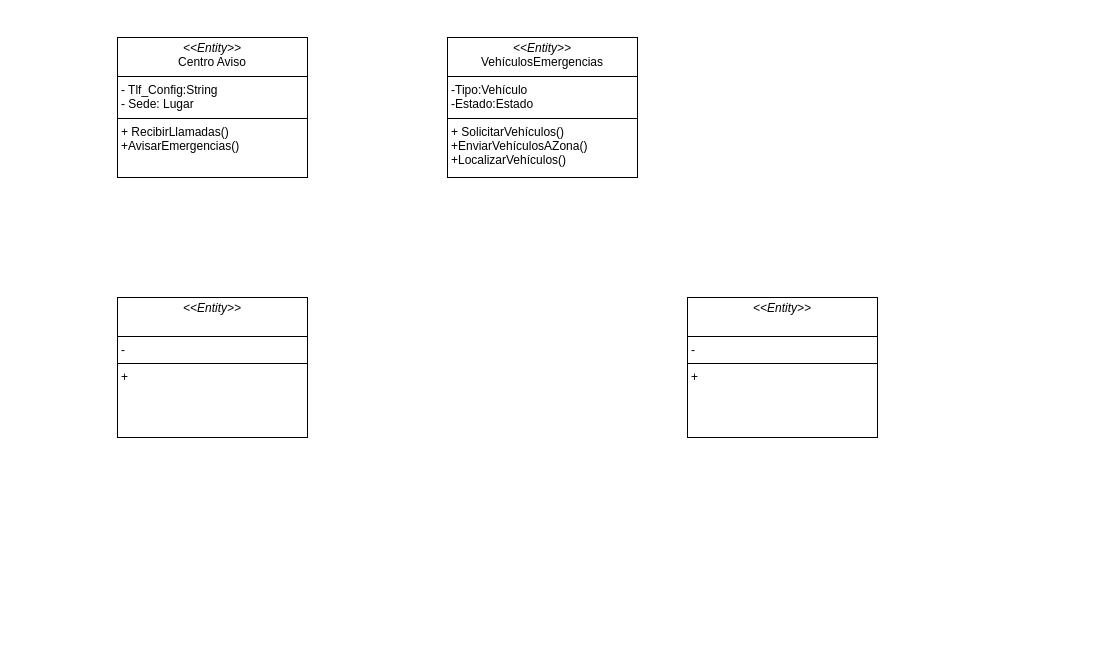
israelfargasasquith/UHUCode keeps this draw.io diagram as MFIS/MFIS.drawio. Above is the earlier version. Source tidied: cells renumbered, new cells numbered last; positions are measured from the earlier drawing's top-left corner, leaving out a move shared by most shapes. Both pictures are drawn from the tidied source at 100%, with x=0, y=0 at pixel (117, 37).
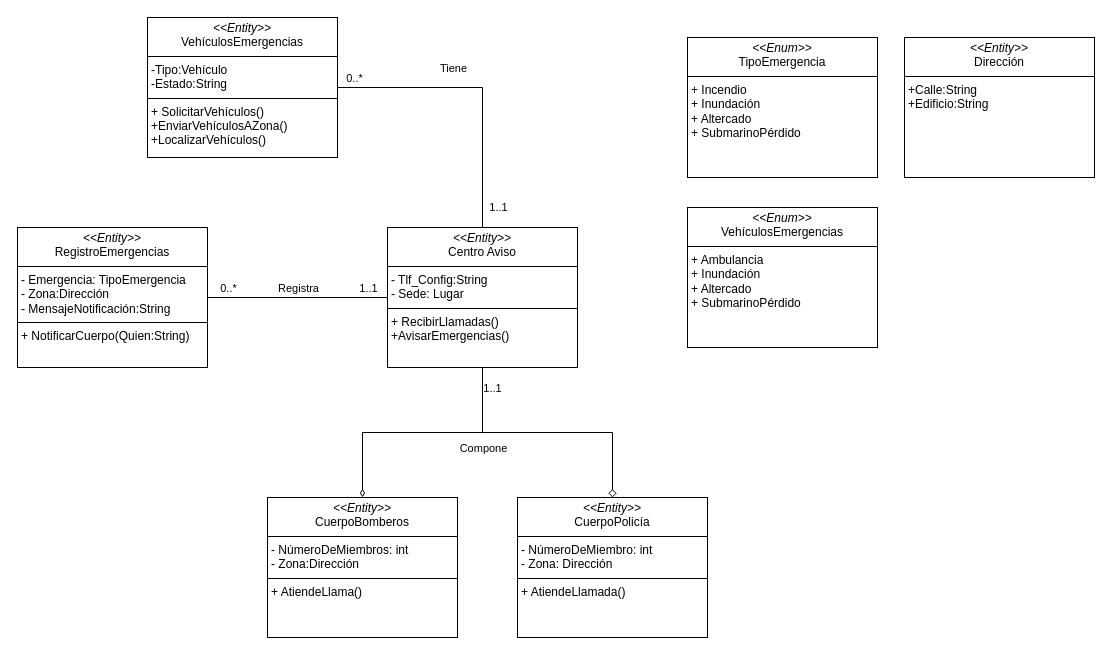
The same diagram, later.

Diff of the diagram source:
```diff
@@
+    <mxCell id="6" style="edgeStyle=orthogonalEdgeStyle;rounded=0;jettySize=auto;html=1;exitX=0.5;exitY=1;exitDx=0;exitDy=0;endArrow=diamondThin;endFill=0;" parent="1" edge="1" source="2" target="20">
+      <mxGeometry relative="1" as="geometry" />
+    </mxCell>
+    <mxCell id="7" style="edgeStyle=orthogonalEdgeStyle;rounded=0;jettySize=auto;html=1;exitX=0.5;exitY=1;exitDx=0;exitDy=0;entryX=0.5;entryY=0;entryDx=0;entryDy=0;endArrow=diamond;endFill=0;" parent="1" edge="1" source="2" target="5">
+      <mxGeometry relative="1" as="geometry" />
+    </mxCell>
+    <mxCell id="8" value="Compone" style="edgeLabel;html=1;align=center;verticalAlign=middle;" parent="7" vertex="1">
+      <mxGeometry x="-0.85" y="4" relative="1" as="geometry">
+        <mxPoint x="-4" y="60" as="offset" />
+      </mxGeometry>
+    </mxCell>
+    <mxCell id="9" value="1..1" style="edgeLabel;html=1;align=center;verticalAlign=middle;" parent="7" vertex="1">
+      <mxGeometry x="-0.85" y="1" relative="1" as="geometry">
+        <mxPoint x="8" as="offset" />
+      </mxGeometry>
+    </mxCell>
     <mxCell id="2" value="&lt;p style=&quot;margin:0px;margin-top:4px;text-align:center;&quot;&gt;&lt;i&gt;&amp;lt;&amp;lt;Entity&amp;gt;&amp;gt;&lt;/i&gt;&lt;br&gt;Centro Aviso&lt;/p&gt;&lt;hr size=&quot;1&quot; style=&quot;border-style:solid;&quot;&gt;&lt;p style=&quot;margin:0px;margin-left:4px;&quot;&gt;- Tlf_Config:String&lt;/p&gt;&lt;p style=&quot;margin:0px;margin-left:4px;&quot;&gt;- Sede: Lugar&lt;/p&gt;&lt;hr size=&quot;1&quot; style=&quot;border-style:solid;&quot;&gt;&lt;p style=&quot;margin:0px;margin-left:4px;&quot;&gt;+ RecibirLlamadas()&lt;br&gt;&lt;/p&gt;&lt;p style=&quot;margin:0px;margin-left:4px;&quot;&gt;+AvisarEmergencias()&lt;/p&gt;" style="verticalAlign=top;align=left;overflow=fill;html=1;whiteSpace=wrap;" parent="1" vertex="1">
-      <mxGeometry width="190" height="140" as="geometry" />
+      <mxGeometry x="270" y="190" width="190" height="140" as="geometry" />
     </mxCell>
+    <mxCell id="10" style="edgeStyle=orthogonalEdgeStyle;rounded=0;jettySize=auto;html=1;exitX=1;exitY=0.5;exitDx=0;exitDy=0;entryX=0.5;entryY=0;entryDx=0;entryDy=0;endArrow=none;endFill=0;" parent="1" edge="1" source="3" target="2">
+      <mxGeometry relative="1" as="geometry" />
+    </mxCell>
+    <mxCell id="11" value="0..*" style="edgeLabel;html=1;align=center;verticalAlign=middle;" parent="10" vertex="1">
+      <mxGeometry x="-0.89" y="1" relative="1" as="geometry">
+        <mxPoint y="-9" as="offset" />
+      </mxGeometry>
+    </mxCell>
+    <mxCell id="12" value="1..1" style="edgeLabel;html=1;align=center;verticalAlign=middle;" parent="10" vertex="1">
+      <mxGeometry x="0.82" y="-2" relative="1" as="geometry">
+        <mxPoint x="17" y="5" as="offset" />
+      </mxGeometry>
+    </mxCell>
+    <mxCell id="13" value="Tiene" style="edgeLabel;html=1;align=center;verticalAlign=middle;" parent="10" vertex="1">
+      <mxGeometry x="-0.19" relative="1" as="geometry">
+        <mxPoint y="-20" as="offset" />
+      </mxGeometry>
+    </mxCell>
-    <mxCell id="3" value="&lt;p style=&quot;margin:0px;margin-top:4px;text-align:center;&quot;&gt;&lt;i&gt;&amp;lt;&amp;lt;Entity&amp;gt;&amp;gt;&lt;/i&gt;&lt;br&gt;VehículosEmergencias&lt;/p&gt;&lt;hr size=&quot;1&quot; style=&quot;border-style:solid;&quot;&gt;&lt;p style=&quot;margin:0px;margin-left:4px;&quot;&gt;-Tipo:Vehículo&lt;/p&gt;&lt;p style=&quot;margin:0px;margin-left:4px;&quot;&gt;-Estado:Estado&lt;/p&gt;&lt;hr size=&quot;1&quot; style=&quot;border-style:solid;&quot;&gt;&lt;p style=&quot;margin:0px;margin-left:4px;&quot;&gt;+ SolicitarVehículos()&lt;br&gt;&lt;/p&gt;&lt;p style=&quot;margin:0px;margin-left:4px;&quot;&gt;+EnviarVehículosAZona()&lt;/p&gt;&lt;p style=&quot;margin:0px;margin-left:4px;&quot;&gt;+LocalizarVehículos()&lt;/p&gt;" style="verticalAlign=top;align=left;overflow=fill;html=1;whiteSpace=wrap;" parent="1" vertex="1">
-      <mxGeometry x="330" width="190" height="140" as="geometry" />
+    <mxCell id="3" value="&lt;p style=&quot;margin:0px;margin-top:4px;text-align:center;&quot;&gt;&lt;i&gt;&amp;lt;&amp;lt;Entity&amp;gt;&amp;gt;&lt;/i&gt;&lt;br&gt;VehículosEmergencias&lt;/p&gt;&lt;hr size=&quot;1&quot; style=&quot;border-style:solid;&quot;&gt;&lt;p style=&quot;margin:0px;margin-left:4px;&quot;&gt;-Tipo:Vehículo&lt;/p&gt;&lt;p style=&quot;margin:0px;margin-left:4px;&quot;&gt;-Estado:String&lt;/p&gt;&lt;hr size=&quot;1&quot; style=&quot;border-style:solid;&quot;&gt;&lt;p style=&quot;margin:0px;margin-left:4px;&quot;&gt;+ SolicitarVehículos()&lt;br&gt;&lt;/p&gt;&lt;p style=&quot;margin:0px;margin-left:4px;&quot;&gt;+EnviarVehículosAZona()&lt;/p&gt;&lt;p style=&quot;margin:0px;margin-left:4px;&quot;&gt;+LocalizarVehículos()&lt;/p&gt;" style="verticalAlign=top;align=left;overflow=fill;html=1;whiteSpace=wrap;" parent="1" vertex="1">
+      <mxGeometry x="30" y="-20" width="190" height="140" as="geometry" />
     </mxCell>
+    <mxCell id="14" style="edgeStyle=orthogonalEdgeStyle;rounded=0;jettySize=auto;html=1;exitX=1;exitY=0.5;exitDx=0;exitDy=0;endArrow=none;endFill=0;" parent="1" edge="1" source="4" target="2">
+      <mxGeometry relative="1" as="geometry" />
+    </mxCell>
+    <mxCell id="15" value="Registra" style="edgeLabel;html=1;align=center;verticalAlign=middle;" parent="14" vertex="1">
+      <mxGeometry x="-0.08" y="2" relative="1" as="geometry">
+        <mxPoint x="7" y="-8" as="offset" />
+      </mxGeometry>
+    </mxCell>
+    <mxCell id="16" value="0..*" style="edgeLabel;html=1;align=center;verticalAlign=middle;" parent="14" vertex="1">
+      <mxGeometry x="-0.74" y="4" relative="1" as="geometry">
+        <mxPoint x="-3" y="-6" as="offset" />
+      </mxGeometry>
+    </mxCell>
+    <mxCell id="17" value="1..1" style="edgeLabel;html=1;align=center;verticalAlign=middle;" parent="14" vertex="1">
+      <mxGeometry x="0.79" y="4" relative="1" as="geometry">
+        <mxPoint x="-1" y="-6" as="offset" />
+      </mxGeometry>
+    </mxCell>
-    <mxCell id="4" value="&lt;p style=&quot;margin:0px;margin-top:4px;text-align:center;&quot;&gt;&lt;i&gt;&amp;lt;&amp;lt;Entity&amp;gt;&amp;gt;&lt;/i&gt;&lt;br&gt;&lt;br&gt;&lt;/p&gt;&lt;hr size=&quot;1&quot; style=&quot;border-style:solid;&quot;&gt;&lt;p style=&quot;margin:0px;margin-left:4px;&quot;&gt;-&lt;/p&gt;&lt;hr size=&quot;1&quot; style=&quot;border-style:solid;&quot;&gt;&lt;p style=&quot;margin:0px;margin-left:4px;&quot;&gt;+&amp;nbsp;&lt;br&gt;&lt;/p&gt;" style="verticalAlign=top;align=left;overflow=fill;html=1;whiteSpace=wrap;" parent="1" vertex="1">
-      <mxGeometry y="260" width="190" height="140" as="geometry" />
+    <mxCell id="4" value="&lt;p style=&quot;margin:0px;margin-top:4px;text-align:center;&quot;&gt;&lt;i&gt;&amp;lt;&amp;lt;Entity&amp;gt;&amp;gt;&lt;/i&gt;&lt;br&gt;RegistroEmergencias&lt;/p&gt;&lt;hr size=&quot;1&quot; style=&quot;border-style:solid;&quot;&gt;&lt;p style=&quot;margin:0px;margin-left:4px;&quot;&gt;- Emergencia: TipoEmergencia&lt;/p&gt;&lt;p style=&quot;margin:0px;margin-left:4px;&quot;&gt;- Zona:Dirección&lt;/p&gt;&lt;p style=&quot;margin:0px;margin-left:4px;&quot;&gt;- MensajeNotificación:String&lt;/p&gt;&lt;hr size=&quot;1&quot; style=&quot;border-style:solid;&quot;&gt;&lt;p style=&quot;margin:0px;margin-left:4px;&quot;&gt;+ NotificarCuerpo(Quien:String)&lt;br&gt;&lt;/p&gt;" style="verticalAlign=top;align=left;overflow=fill;html=1;whiteSpace=wrap;" parent="1" vertex="1">
+      <mxGeometry x="-100" y="190" width="190" height="140" as="geometry" />
     </mxCell>
-    <mxCell id="5" value="&lt;p style=&quot;margin:0px;margin-top:4px;text-align:center;&quot;&gt;&lt;i&gt;&amp;lt;&amp;lt;Entity&amp;gt;&amp;gt;&lt;/i&gt;&lt;br&gt;&lt;br&gt;&lt;/p&gt;&lt;hr size=&quot;1&quot; style=&quot;border-style:solid;&quot;&gt;&lt;p style=&quot;margin:0px;margin-left:4px;&quot;&gt;-&lt;/p&gt;&lt;hr size=&quot;1&quot; style=&quot;border-style:solid;&quot;&gt;&lt;p style=&quot;margin:0px;margin-left:4px;&quot;&gt;+&amp;nbsp;&lt;br&gt;&lt;/p&gt;" style="verticalAlign=top;align=left;overflow=fill;html=1;whiteSpace=wrap;" parent="1" vertex="1">
-      <mxGeometry x="570" y="260" width="190" height="140" as="geometry" />
+    <mxCell id="5" value="&lt;p style=&quot;margin:0px;margin-top:4px;text-align:center;&quot;&gt;&lt;i&gt;&amp;lt;&amp;lt;Entity&amp;gt;&amp;gt;&lt;/i&gt;&lt;br&gt;CuerpoPolicía&lt;/p&gt;&lt;hr size=&quot;1&quot; style=&quot;border-style:solid;&quot;&gt;&lt;p style=&quot;margin:0px;margin-left:4px;&quot;&gt;- NúmeroDeMiembro: int&lt;/p&gt;&lt;p style=&quot;margin:0px;margin-left:4px;&quot;&gt;- Zona: Dirección&lt;/p&gt;&lt;hr size=&quot;1&quot; style=&quot;border-style:solid;&quot;&gt;&lt;p style=&quot;margin:0px;margin-left:4px;&quot;&gt;+ AtiendeLlamada()&lt;br&gt;&lt;/p&gt;" style="verticalAlign=top;align=left;overflow=fill;html=1;whiteSpace=wrap;" parent="1" vertex="1">
+      <mxGeometry x="400" y="460" width="190" height="140" as="geometry" />
     </mxCell>
+    <mxCell id="18" value="&lt;p style=&quot;margin:0px;margin-top:4px;text-align:center;&quot;&gt;&lt;i&gt;&amp;lt;&amp;lt;Enum&amp;gt;&amp;gt;&lt;/i&gt;&lt;br&gt;TipoEmergencia&lt;/p&gt;&lt;hr size=&quot;1&quot; style=&quot;border-style:solid;&quot;&gt;&lt;p style=&quot;margin:0px;margin-left:4px;&quot;&gt;+ Incendio&lt;/p&gt;&lt;p style=&quot;margin:0px;margin-left:4px;&quot;&gt;+ Inundación&lt;br&gt;&lt;/p&gt;&lt;p style=&quot;margin:0px;margin-left:4px;&quot;&gt;+ Altercado&lt;/p&gt;&lt;p style=&quot;margin:0px;margin-left:4px;&quot;&gt;+ SubmarinoPérdido&lt;/p&gt;" style="verticalAlign=top;align=left;overflow=fill;html=1;whiteSpace=wrap;" parent="1" vertex="1">
+      <mxGeometry x="570" width="190" height="140" as="geometry" />
+    </mxCell>
+    <mxCell id="19" value="&lt;p style=&quot;margin:0px;margin-top:4px;text-align:center;&quot;&gt;&lt;i&gt;&amp;lt;&amp;lt;Enum&amp;gt;&amp;gt;&lt;/i&gt;&lt;br&gt;VehículosEmergencias&lt;/p&gt;&lt;hr size=&quot;1&quot; style=&quot;border-style:solid;&quot;&gt;&lt;p style=&quot;margin:0px;margin-left:4px;&quot;&gt;+ Ambulancia&lt;/p&gt;&lt;p style=&quot;margin:0px;margin-left:4px;&quot;&gt;+ Inundación&lt;br&gt;&lt;/p&gt;&lt;p style=&quot;margin:0px;margin-left:4px;&quot;&gt;+ Altercado&lt;/p&gt;&lt;p style=&quot;margin:0px;margin-left:4px;&quot;&gt;+ SubmarinoPérdido&lt;/p&gt;" style="verticalAlign=top;align=left;overflow=fill;html=1;whiteSpace=wrap;" parent="1" vertex="1">
+      <mxGeometry x="570" y="170" width="190" height="140" as="geometry" />
+    </mxCell>
+    <mxCell id="20" value="&lt;p style=&quot;margin:0px;margin-top:4px;text-align:center;&quot;&gt;&lt;i&gt;&amp;lt;&amp;lt;Entity&amp;gt;&amp;gt;&lt;/i&gt;&lt;br&gt;CuerpoBomberos&lt;/p&gt;&lt;hr size=&quot;1&quot; style=&quot;border-style:solid;&quot;&gt;&lt;p style=&quot;margin:0px;margin-left:4px;&quot;&gt;- NúmeroDeMiembros: int&lt;/p&gt;&lt;p style=&quot;margin:0px;margin-left:4px;&quot;&gt;- Zona:Dirección&lt;/p&gt;&lt;hr size=&quot;1&quot; style=&quot;border-style:solid;&quot;&gt;&lt;p style=&quot;margin:0px;margin-left:4px;&quot;&gt;+ AtiendeLlama()&lt;br&gt;&lt;/p&gt;" style="verticalAlign=top;align=left;overflow=fill;html=1;whiteSpace=wrap;" parent="1" vertex="1">
+      <mxGeometry x="150" y="460" width="190" height="140" as="geometry" />
+    </mxCell>
+    <mxCell id="21" value="&lt;p style=&quot;margin:0px;margin-top:4px;text-align:center;&quot;&gt;&lt;i&gt;&amp;lt;&amp;lt;Entity&amp;gt;&amp;gt;&lt;/i&gt;&lt;br&gt;Dirección&lt;/p&gt;&lt;hr size=&quot;1&quot; style=&quot;border-style:solid;&quot;&gt;&lt;p style=&quot;margin:0px;margin-left:4px;&quot;&gt;+Calle:String&lt;/p&gt;&lt;p style=&quot;margin:0px;margin-left:4px;&quot;&gt;+Edificio:String&lt;/p&gt;" style="verticalAlign=top;align=left;overflow=fill;html=1;whiteSpace=wrap;" parent="1" vertex="1">
+      <mxGeometry x="787" width="190" height="140" as="geometry" />
+    </mxCell>
```
